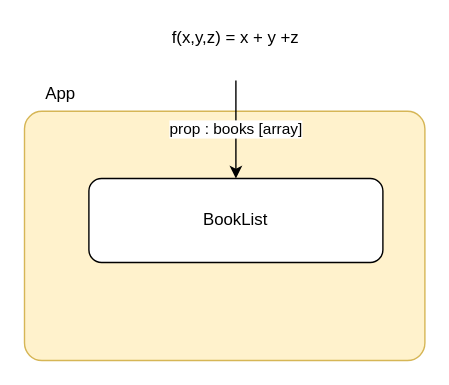
zcomert/BtkAkademiDotNetBootCamp keeps this draw.io diagram as page "Sayfa -4" (4 of 4) of day-03/draw.drawio. Above is the earlier version. Source tidied: cells renumbered, new cells numbered last; positions are measured from the earlier drawing's top-left corner, leaving out a move shared by most shapes. Both pictures are drawn from the tidied source at 140%, with x=0, y=0 at pixel (24, 24).
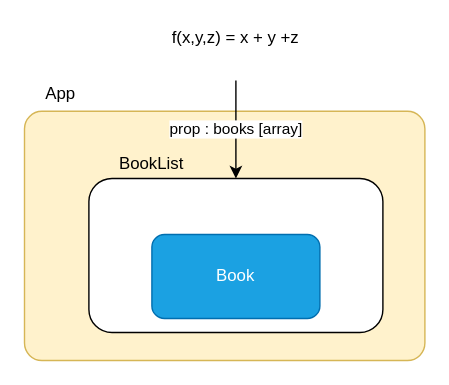
After the change.

Commit message (it also covers changes not shown here):
Book component has been designed.

The edit, as a diff of the source:
```diff
@@
 <mxGraphModel>
   <root>
     <mxCell id="0" />
     <mxCell id="1" parent="0" />
     <mxCell id="2" style="rounded=1;whiteSpace=wrap;html=1;fillColor=#fff2cc;strokeColor=#d6b656;arcSize=7;" parent="1" vertex="1">
       <mxGeometry y="62" width="286" height="178" as="geometry" />
     </mxCell>
     <mxCell id="3" value="App" style="text;html=1;strokeColor=none;fillColor=none;align=center;verticalAlign=middle;whiteSpace=wrap;rounded=0;" parent="1" vertex="1">
       <mxGeometry x="6" y="40" width="40" height="20" as="geometry" />
     </mxCell>
-    <mxCell id="4" value="BookList" style="rounded=1;whiteSpace=wrap;html=1;" parent="1" vertex="1">
-      <mxGeometry x="46" y="110" width="210" height="60" as="geometry" />
+    <mxCell id="4" style="rounded=1;whiteSpace=wrap;html=1;" parent="1" vertex="1">
+      <mxGeometry x="46" y="110" width="210" height="110" as="geometry" />
     </mxCell>
     <mxCell id="5" value="prop : books [array]" style="endArrow=classic;html=1;" parent="1" edge="1" target="4">
       <mxGeometry relative="1" as="geometry">
         <mxPoint x="151" y="40" as="sourcePoint" />
       </mxGeometry>
     </mxCell>
     <mxCell id="6" value="f(x,y,z) = x + y +z" style="text;html=1;strokeColor=none;fillColor=none;align=center;verticalAlign=middle;whiteSpace=wrap;rounded=0;" parent="1" vertex="1">
       <mxGeometry x="86" width="130" height="20" as="geometry" />
     </mxCell>
+    <mxCell id="7" value="BookList" style="text;html=1;strokeColor=none;fillColor=none;align=center;verticalAlign=middle;whiteSpace=wrap;rounded=0;" parent="1" vertex="1">
+      <mxGeometry x="56" y="90" width="70" height="20" as="geometry" />
+    </mxCell>
+    <mxCell id="8" value="Book" style="rounded=1;whiteSpace=wrap;html=1;fillColor=#1ba1e2;strokeColor=#006EAF;fontColor=#ffffff;" parent="1" vertex="1">
+      <mxGeometry x="91" y="150" width="120" height="60" as="geometry" />
+    </mxCell>
   </root>
 </mxGraphModel>
```
